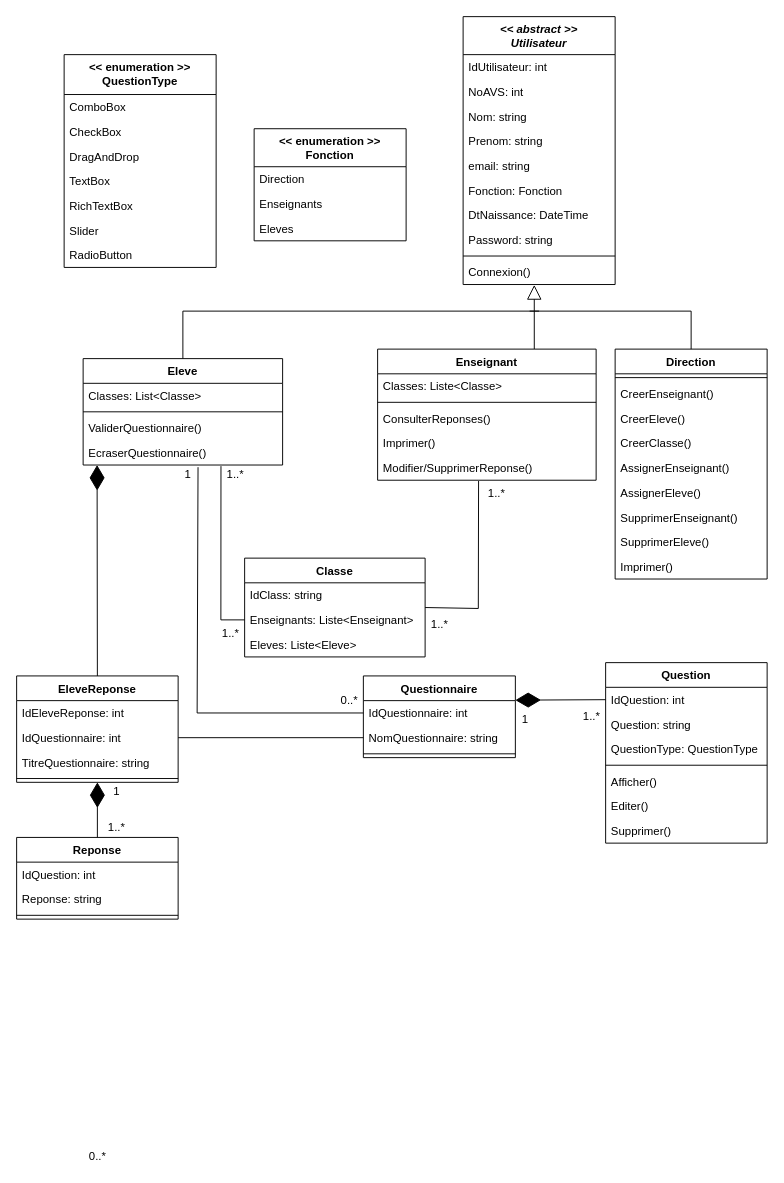
The draw.io diagram ClassDiagramV2.drawio in Devetik/Diagrammes, before the edit. Source tidied: cells renumbered, new cells numbered last; positions are measured from the earlier drawing's top-left corner, leaving out a move shared by most shapes. Both pictures are drawn from the tidied source at 95%, with x=0, y=0 at pixel (16, 16).
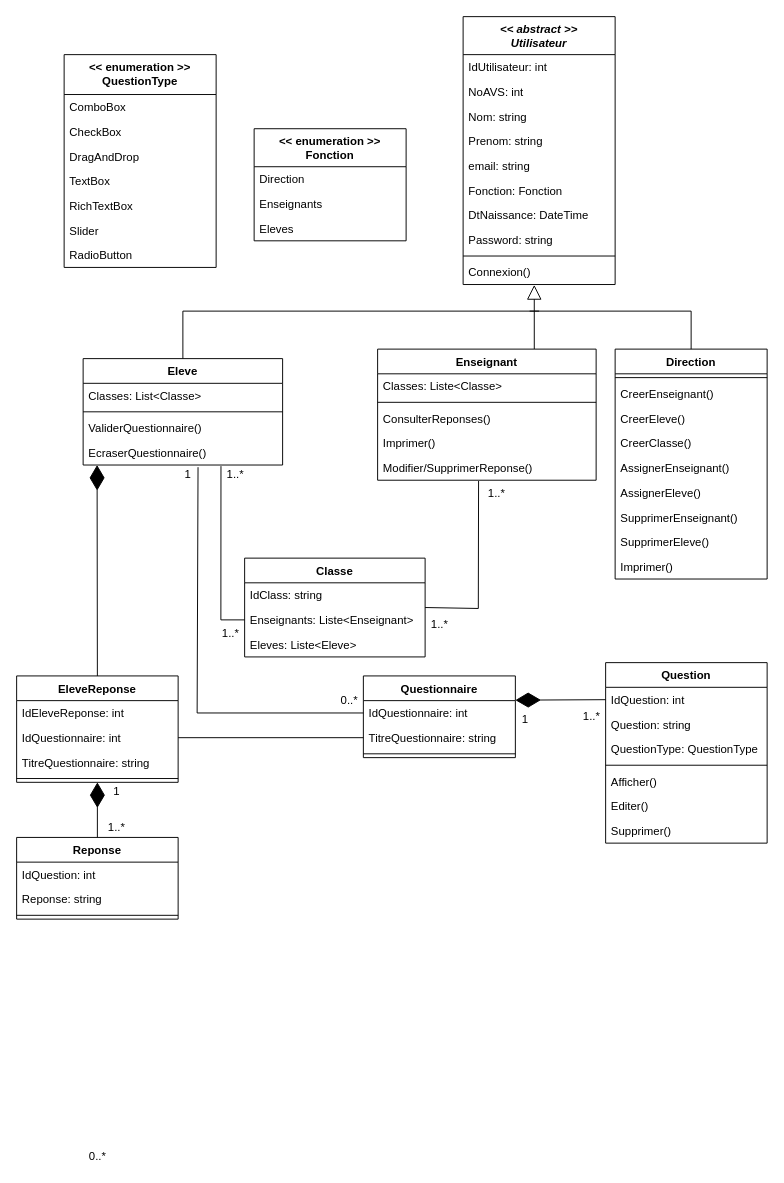
The same diagram, later.

Unchanged cells that the change refers to:
```xml
<mxCell id="44" value="Questionnaire" style="swimlane;fontStyle=1;align=center;verticalAlign=top;horizontal=1;startSize=26;strokeWidth=1;" parent="1" vertex="1">
  <mxGeometry x="365" y="694" width="160" height="86" as="geometry" />
</mxCell>
```

Change to the diagram source:
```diff
@@
-    <mxCell id="46" value="NomQuestionnaire: string" style="text;strokeColor=none;fillColor=none;align=left;verticalAlign=top;spacingLeft=4;spacingRight=4;overflow=hidden;points=[[0,0.5],[1,0.5]];portConstraint=eastwest;" parent="44" vertex="1">
+    <mxCell id="46" value="TitreQuestionnaire: string" style="text;strokeColor=none;fillColor=none;align=left;verticalAlign=top;spacingLeft=4;spacingRight=4;overflow=hidden;points=[[0,0.5],[1,0.5]];portConstraint=eastwest;" parent="44" vertex="1">
       <mxGeometry y="52" width="160" height="26" as="geometry" />
     </mxCell>
```
